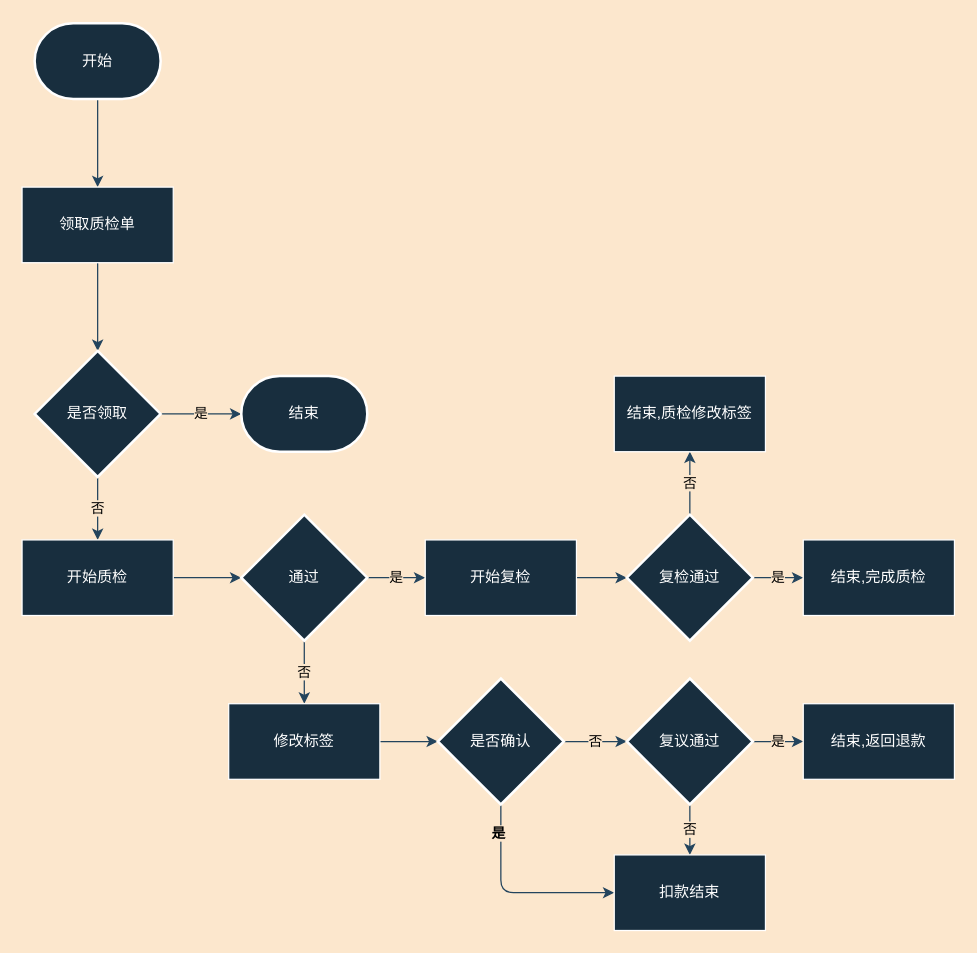
This is Untitled Diagram.drawio from hnzhouzhoujay/start2016, a draw.io file, before an edit. Source tidied: cells renumbered, new cells numbered last; positions are measured from the earlier drawing's top-left corner, leaving out a move shared by most shapes. Both pictures are drawn from the tidied source at 126%, with x=0, y=0 at pixel (21, 23).
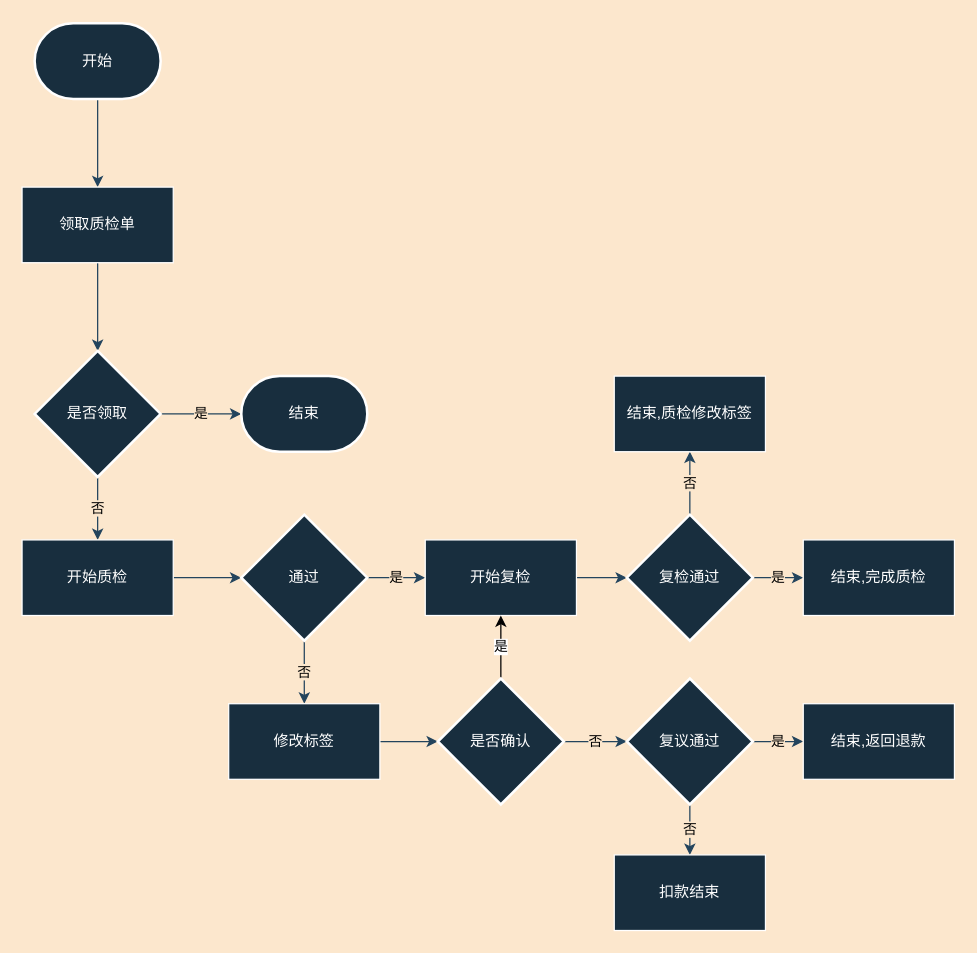
The same page after the edit.

Unchanged cells that the change refers to:
```xml
<mxCell id="18" value="开始复检" style="rounded=0;whiteSpace=wrap;html=1;fillColor=#182E3E;strokeColor=#FFFFFF;fontColor=#FFFFFF;" parent="1" vertex="1">
  <mxGeometry x="320" y="410" width="120" height="60" as="geometry" />
</mxCell>
<mxCell id="22" value="是否确认" style="strokeWidth=2;html=1;shape=mxgraph.flowchart.decision;whiteSpace=wrap;rounded=0;fillColor=#182E3E;strokeColor=#FFFFFF;fontColor=#FFFFFF;" parent="1" vertex="1">
  <mxGeometry x="330" y="520" width="100" height="100" as="geometry" />
</mxCell>
<mxCell id="26" value="扣款结束" style="rounded=0;whiteSpace=wrap;html=1;fillColor=#182E3E;strokeColor=#FFFFFF;fontColor=#FFFFFF;" parent="1" vertex="1">
  <mxGeometry x="470" y="660" width="120" height="60" as="geometry" />
</mxCell>
```

The edit, as a diff of the source:
```diff
@@
-    <mxCell id="20" style="edgeStyle=orthogonalEdgeStyle;curved=0;rounded=1;sketch=0;jettySize=auto;html=1;exitX=0.5;exitY=1;exitDx=0;exitDy=0;exitPerimeter=0;entryX=0;entryY=0.5;entryDx=0;entryDy=0;labelBackgroundColor=#FCE7CD;strokeColor=#23445D;fontColor=#000000;" parent="1" edge="1" source="22" target="26">
-      <mxGeometry relative="1" as="geometry" />
-    </mxCell>
-    <mxCell id="21" value="是" style="edgeLabel;html=1;align=center;verticalAlign=middle;labelBackgroundColor=#FCE7CD;fontColor=#000000;fontStyle=1;" parent="20" vertex="1">
-      <mxGeometry x="-0.72" y="-3" relative="1" as="geometry" />
+    <mxCell id="21" value="是" style="edgeStyle=orthogonalEdgeStyle;rounded=0;jettySize=auto;html=1;exitX=0.5;exitY=0;exitDx=0;exitDy=0;exitPerimeter=0;entryX=0.5;entryY=1;entryDx=0;entryDy=0;" parent="1" edge="1" source="22" target="18">
+      <mxGeometry relative="1" as="geometry" />
     </mxCell>
```
